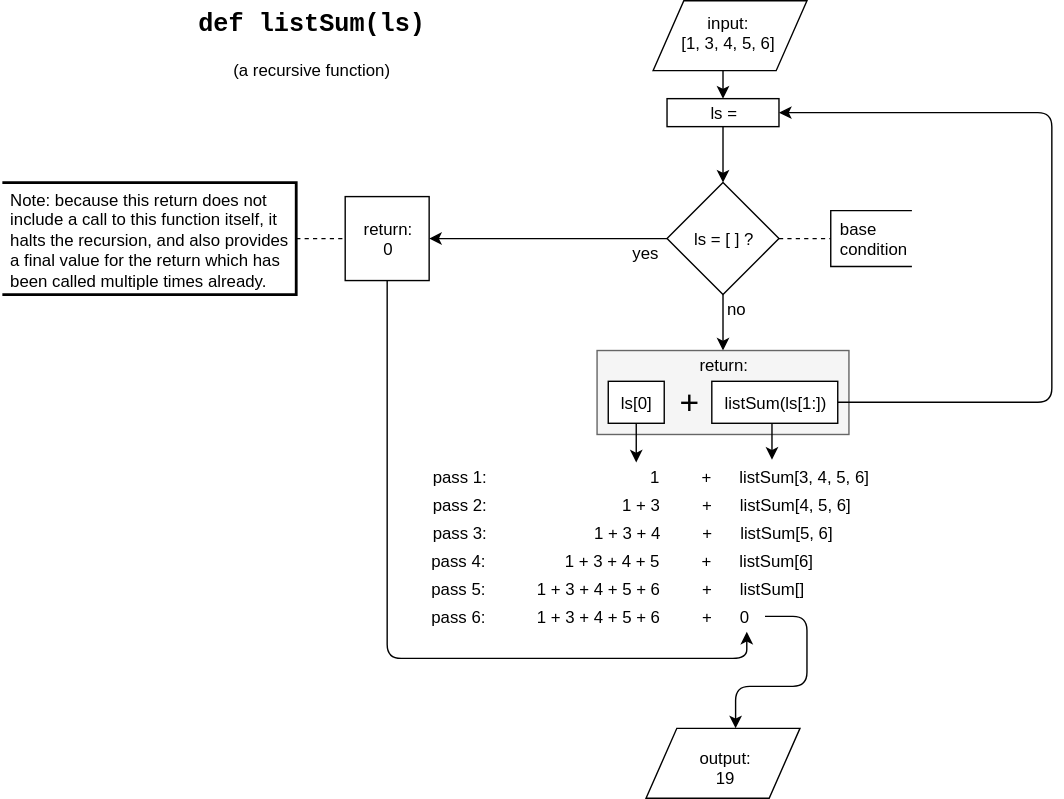
The draw.io diagram diagrams/recursion1.svg in jinjagit/JupyterNotebooks, before a commit. Source tidied: cells renumbered, new cells last; positions are measured from the earlier drawing's top-left corner, leaving out a move shared by most shapes.
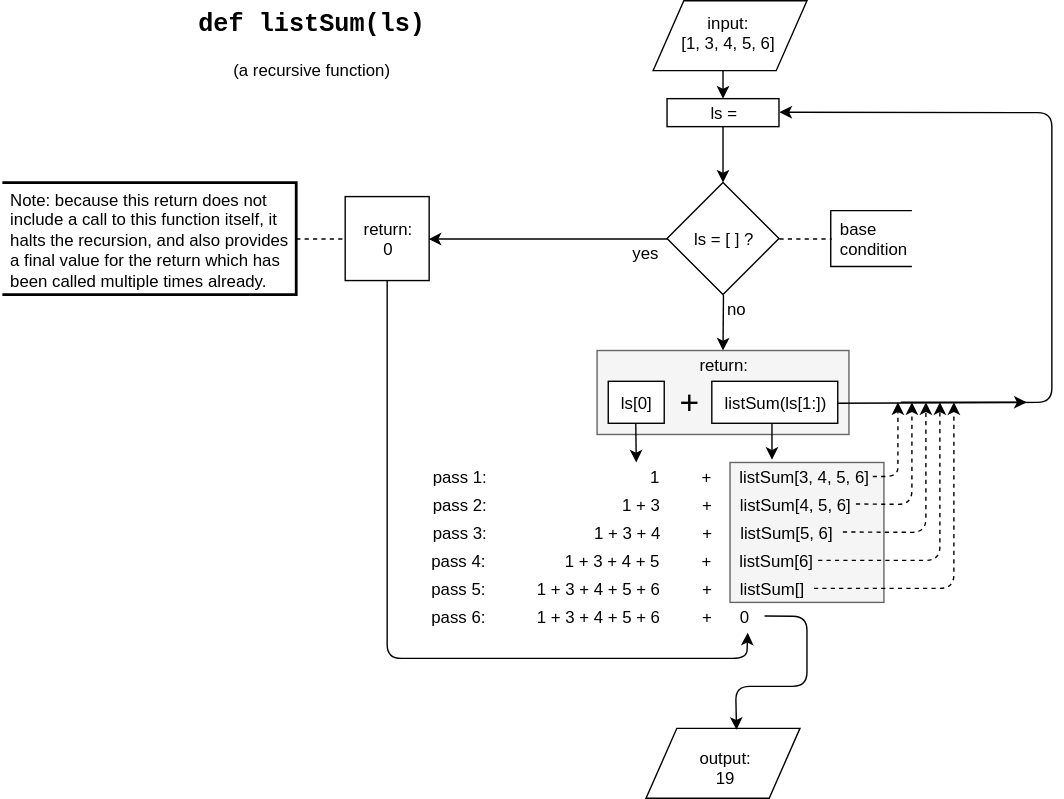
Later version of the same file.

Commit message:
improving diagrams

Change to the diagram source:
```diff
@@ -2,6 +2,9 @@
   <root>
     <mxCell id="0" />
     <mxCell id="1" parent="0" />
+    <mxCell id="43" style="rounded=0;whiteSpace=wrap;html=1;strokeWidth=1;align=left;fillColor=#f5f5f5;strokeColor=#666666;" parent="1" vertex="1">
+      <mxGeometry x="520" y="330" width="110" height="100" as="geometry" />
+    </mxCell>
     <mxCell id="2" style="shape=parallelogram;perimeter=parallelogramPerimeter;whiteSpace=wrap;html=1;" parent="1" vertex="1">
       <mxGeometry x="465" width="110" height="50" as="geometry" />
     </mxCell>
@@ -75,16 +78,16 @@
       </mxGeometry>
     </mxCell>
     <mxCell id="21" value="pass 1:&amp;nbsp; &amp;nbsp; &amp;nbsp; &amp;nbsp; &amp;nbsp; &amp;nbsp; &amp;nbsp; &amp;nbsp; &amp;nbsp; &amp;nbsp; &amp;nbsp; &amp;nbsp; &amp;nbsp; &amp;nbsp; &amp;nbsp; &amp;nbsp; &amp;nbsp; &amp;nbsp;1&amp;nbsp; &amp;nbsp; &amp;nbsp; &amp;nbsp; &amp;nbsp;+&amp;nbsp; &amp;nbsp; &amp;nbsp; listSum[3, 4, 5, 6]" style="text;html=1;strokeColor=none;fillColor=none;align=left;verticalAlign=middle;whiteSpace=wrap;rounded=0;" parent="1" vertex="1">
-      <mxGeometry x="306" y="330" width="336" height="20" as="geometry" />
+      <mxGeometry x="306" y="330" width="314" height="20" as="geometry" />
     </mxCell>
     <mxCell id="22" value="pass 2:&amp;nbsp; &amp;nbsp; &amp;nbsp; &amp;nbsp; &amp;nbsp; &amp;nbsp; &amp;nbsp; &amp;nbsp; &amp;nbsp; &amp;nbsp; &amp;nbsp; &amp;nbsp; &amp;nbsp; &amp;nbsp; &amp;nbsp;1 + 3&amp;nbsp; &amp;nbsp; &amp;nbsp; &amp;nbsp; &amp;nbsp;+&amp;nbsp; &amp;nbsp; &amp;nbsp; listSum[4, 5, 6]" style="text;html=1;strokeColor=none;fillColor=none;align=left;verticalAlign=middle;whiteSpace=wrap;rounded=0;" parent="1" vertex="1">
-      <mxGeometry x="306" y="350" width="336" height="20" as="geometry" />
+      <mxGeometry x="306" y="350" width="304" height="20" as="geometry" />
     </mxCell>
     <mxCell id="23" value="pass 3:&amp;nbsp; &amp;nbsp; &amp;nbsp; &amp;nbsp; &amp;nbsp; &amp;nbsp; &amp;nbsp; &amp;nbsp; &amp;nbsp; &amp;nbsp; &amp;nbsp; &amp;nbsp;1 + 3 + 4&amp;nbsp; &amp;nbsp; &amp;nbsp; &amp;nbsp; &amp;nbsp;+&amp;nbsp; &amp;nbsp; &amp;nbsp; listSum[5, 6]" style="text;html=1;strokeColor=none;fillColor=none;align=left;verticalAlign=middle;whiteSpace=wrap;rounded=0;" parent="1" vertex="1">
-      <mxGeometry x="306" y="370" width="337" height="20" as="geometry" />
+      <mxGeometry x="306" y="370" width="294" height="20" as="geometry" />
     </mxCell>
     <mxCell id="24" value="pass 4:&amp;nbsp; &amp;nbsp; &amp;nbsp; &amp;nbsp; &amp;nbsp; &amp;nbsp; &amp;nbsp; &amp;nbsp; &amp;nbsp;1 + 3 + 4 + 5&amp;nbsp; &amp;nbsp; &amp;nbsp; &amp;nbsp; &amp;nbsp;+&amp;nbsp; &amp;nbsp; &amp;nbsp; listSum[6]" style="text;html=1;strokeColor=none;fillColor=none;align=left;verticalAlign=middle;whiteSpace=wrap;rounded=0;" parent="1" vertex="1">
-      <mxGeometry x="305" y="390" width="340" height="20" as="geometry" />
+      <mxGeometry x="305" y="390" width="275" height="20" as="geometry" />
     </mxCell>
     <mxCell id="25" style="endArrow=classic;html=1;" parent="1" edge="1">
       <mxGeometry relative="1" as="geometry">
@@ -93,7 +96,7 @@
       </mxGeometry>
     </mxCell>
     <mxCell id="26" value="pass 5:&amp;nbsp; &amp;nbsp; &amp;nbsp; &amp;nbsp; &amp;nbsp; &amp;nbsp;1 + 3 + 4 + 5 + 6&amp;nbsp; &amp;nbsp; &amp;nbsp; &amp;nbsp; &amp;nbsp;+&amp;nbsp; &amp;nbsp; &amp;nbsp; listSum[]" style="text;html=1;strokeColor=none;fillColor=none;align=left;verticalAlign=middle;whiteSpace=wrap;rounded=0;" parent="1" vertex="1">
-      <mxGeometry x="305" y="410" width="340" height="20" as="geometry" />
+      <mxGeometry x="305" y="410" width="275" height="20" as="geometry" />
     </mxCell>
     <mxCell id="27" value="pass 6:&amp;nbsp; &amp;nbsp; &amp;nbsp; &amp;nbsp; &amp;nbsp; &amp;nbsp;1 + 3 + 4 + 5 + 6&amp;nbsp; &amp;nbsp; &amp;nbsp; &amp;nbsp; &amp;nbsp;+&amp;nbsp; &amp;nbsp; &amp;nbsp; 0" style="text;html=1;strokeColor=none;fillColor=none;align=left;verticalAlign=middle;whiteSpace=wrap;rounded=0;" parent="1" vertex="1">
       <mxGeometry x="305" y="430" width="240" height="20" as="geometry" />
@@ -156,5 +159,59 @@
     <mxCell id="42" style="endArrow=none;dashed=1;html=1;entryX=0;entryY=0.5;exitX=0;exitY=0.5;exitPerimeter=0;" parent="1" edge="1" source="41" target="30">
       <mxGeometry relative="1" as="geometry" />
     </mxCell>
+    <mxCell id="44" style="endArrow=classic;html=1;" parent="1" edge="1">
+      <mxGeometry relative="1" as="geometry">
+        <mxPoint x="642" y="287" as="sourcePoint" />
+        <mxPoint x="732" y="287" as="targetPoint" />
+      </mxGeometry>
+    </mxCell>
+    <mxCell id="45" style="endArrow=classic;html=1;strokeColor=#000000;exitX=1;exitY=0.5;dashed=1;" parent="1" edge="1">
+      <mxGeometry relative="1" as="geometry">
+        <mxPoint x="622" y="340" as="sourcePoint" />
+        <mxPoint x="640" y="287" as="targetPoint" />
+        <Array as="points">
+          <mxPoint x="640" y="340" />
+          <mxPoint x="640" y="327" />
+        </Array>
+      </mxGeometry>
+    </mxCell>
+    <mxCell id="46" style="endArrow=classic;html=1;strokeColor=#000000;exitX=1;exitY=0.5;dashed=1;" parent="1" edge="1" source="22">
+      <mxGeometry relative="1" as="geometry">
+        <mxPoint x="650" y="287" as="targetPoint" />
+        <Array as="points">
+          <mxPoint x="650" y="360" />
+          <mxPoint x="650" y="327" />
+        </Array>
+      </mxGeometry>
+    </mxCell>
+    <mxCell id="47" style="endArrow=classic;html=1;strokeColor=#000000;dashed=1;exitX=1;exitY=0.5;" parent="1" edge="1" source="23">
+      <mxGeometry relative="1" as="geometry">
+        <mxPoint x="660" y="287" as="targetPoint" />
+        <Array as="points">
+          <mxPoint x="660" y="380" />
+          <mxPoint x="660" y="327" />
+        </Array>
+      </mxGeometry>
+    </mxCell>
+    <mxCell id="48" style="endArrow=classic;html=1;strokeColor=#000000;dashed=1;" parent="1" edge="1">
+      <mxGeometry relative="1" as="geometry">
+        <mxPoint x="583" y="400" as="sourcePoint" />
+        <mxPoint x="670" y="287" as="targetPoint" />
+        <Array as="points">
+          <mxPoint x="670" y="400" />
+          <mxPoint x="670" y="334" />
+        </Array>
+      </mxGeometry>
+    </mxCell>
+    <mxCell id="49" style="endArrow=classic;html=1;strokeColor=#000000;dashed=1;" parent="1" edge="1">
+      <mxGeometry relative="1" as="geometry">
+        <mxPoint x="580" y="420" as="sourcePoint" />
+        <mxPoint x="680" y="287" as="targetPoint" />
+        <Array as="points">
+          <mxPoint x="680" y="420" />
+          <mxPoint x="680" y="351" />
+        </Array>
+      </mxGeometry>
+    </mxCell>
   </root>
 </mxGraphModel>
```
